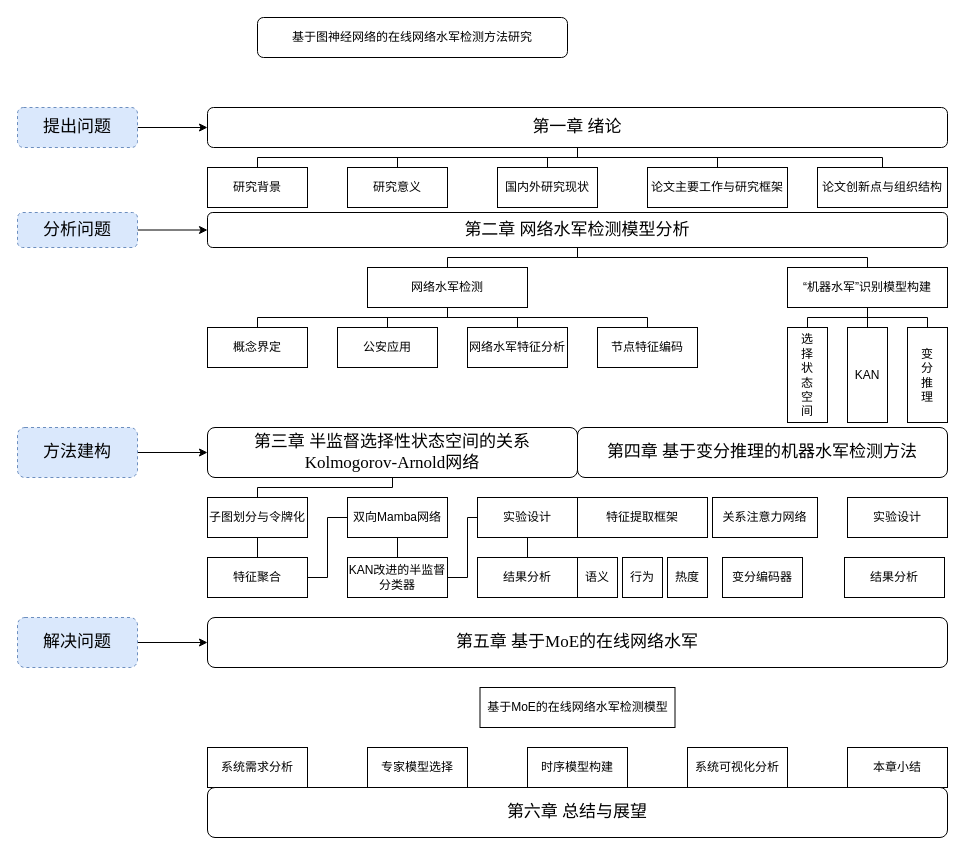
infizhe/wyz keeps this draw.io diagram as 章节结构图.drawio. Above is the earlier version. Source tidied: cells renumbered, new cells numbered last; positions are measured from the earlier drawing's top-left corner, leaving out a move shared by most shapes. Both pictures are drawn from the tidied source at 100%, with x=0, y=0 at pixel (17, 17).
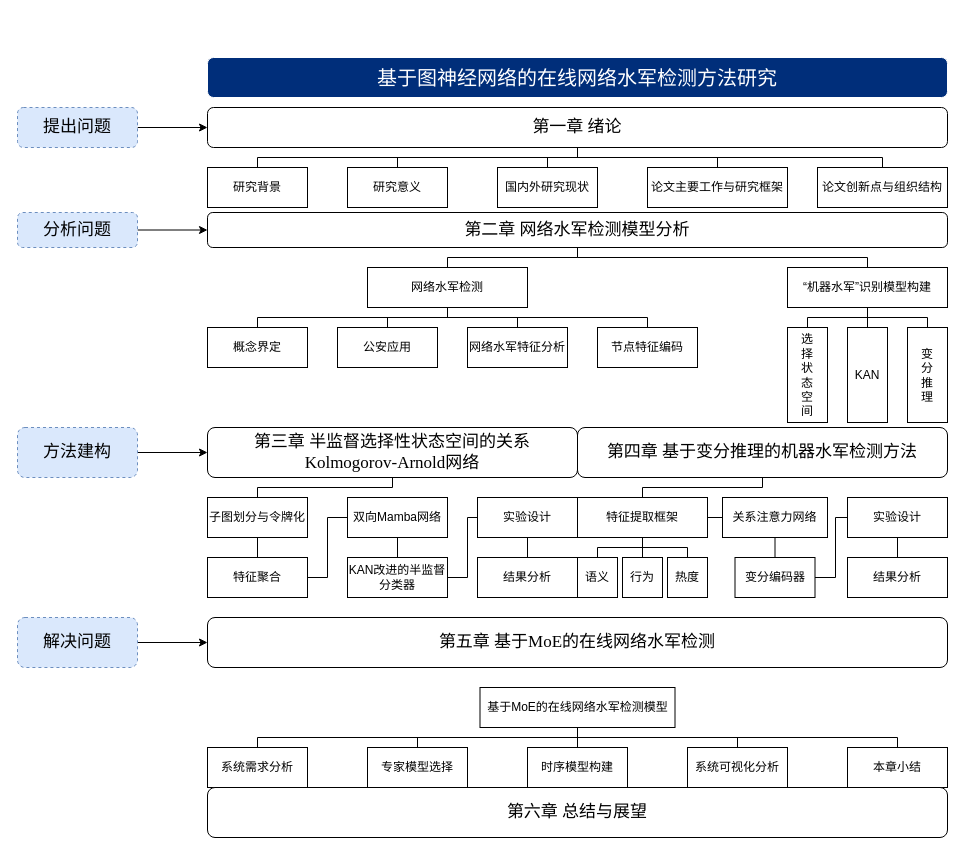
The same diagram, later.

Commit message:
更新章节结构图.drawio

Unchanged cells that the change refers to:
```xml
<mxCell id="44" value="&lt;div style=&quot;text-align: start;&quot;&gt;&lt;span style=&quot;font-family: &amp;quot;Times New Roman&amp;quot;;&quot;&gt;&lt;font style=&quot;font-size: 17px;&quot;&gt;第四章 基于变分推理的机器水军检测方法&lt;/font&gt;&lt;/span&gt;&lt;/div&gt;&lt;span style=&quot;font-family: -webkit-standard; font-size: medium; text-align: start;&quot;&gt;&lt;/span&gt;" style="rounded=1;whiteSpace=wrap;html=1;" parent="1" vertex="1">
  <mxGeometry x="560" y="410" width="370" height="50" as="geometry" />
</mxCell>
<mxCell id="55" value="实验设计" style="rounded=0;whiteSpace=wrap;html=1;" parent="1" vertex="1">
  <mxGeometry x="830" y="480" width="100" height="40" as="geometry" />
</mxCell>
<mxCell id="60" value="特征提取框架" style="rounded=0;whiteSpace=wrap;html=1;" parent="1" vertex="1">
  <mxGeometry x="560" y="480" width="130" height="40" as="geometry" />
</mxCell>
<mxCell id="61" value="语义" style="rounded=0;whiteSpace=wrap;html=1;" parent="1" vertex="1">
  <mxGeometry x="560" y="540" width="40" height="40" as="geometry" />
</mxCell>
<mxCell id="62" value="热度" style="rounded=0;whiteSpace=wrap;html=1;" parent="1" vertex="1">
  <mxGeometry x="650" y="540" width="40" height="40" as="geometry" />
</mxCell>
<mxCell id="63" value="行为" style="rounded=0;whiteSpace=wrap;html=1;" parent="1" vertex="1">
  <mxGeometry x="605" y="540" width="40" height="40" as="geometry" />
</mxCell>
<mxCell id="65" value="基于MoE的在线网络水军检测模型" style="rounded=0;whiteSpace=wrap;html=1;" parent="1" vertex="1">
  <mxGeometry x="462.5" y="670" width="195" height="40" as="geometry" />
</mxCell>
<mxCell id="66" value="专家模型选择" style="rounded=0;whiteSpace=wrap;html=1;" parent="1" vertex="1">
  <mxGeometry x="350" y="730" width="100" height="40" as="geometry" />
</mxCell>
<mxCell id="67" value="系统需求分析" style="rounded=0;whiteSpace=wrap;html=1;" parent="1" vertex="1">
  <mxGeometry x="190" y="730" width="100" height="40" as="geometry" />
</mxCell>
<mxCell id="68" value="时序模型构建" style="rounded=0;whiteSpace=wrap;html=1;" parent="1" vertex="1">
  <mxGeometry x="510" y="730" width="100" height="40" as="geometry" />
</mxCell>
<mxCell id="69" value="系统可视化分析" style="rounded=0;whiteSpace=wrap;html=1;" parent="1" vertex="1">
  <mxGeometry x="670" y="730" width="100" height="40" as="geometry" />
</mxCell>
<mxCell id="70" value="本章小结" style="rounded=0;whiteSpace=wrap;html=1;" parent="1" vertex="1">
  <mxGeometry x="830" y="730" width="100" height="40" as="geometry" />
</mxCell>
```

Change to the diagram source:
```diff
@@
-    <mxCell id="8" value="基于图神经网络的在线网络水军检测方法研究" style="rounded=1;whiteSpace=wrap;html=1;" parent="1" vertex="1">
-      <mxGeometry x="240" width="310" height="40" as="geometry" />
+    <mxCell id="8" value="&lt;font color=&quot;#ffffff&quot; style=&quot;font-size: 20px;&quot; face=&quot;Times New Roman&quot;&gt;基于图神经网络的在线网络水军检测方法研究&lt;/font&gt;" style="rounded=1;whiteSpace=wrap;html=1;fillColor=#002e7a;strokeColor=#ffffff;" parent="1" vertex="1">
+      <mxGeometry x="190" y="40" width="740" height="40" as="geometry" />
     </mxCell>
@@
+    <mxCell id="72" style="edgeStyle=orthogonalEdgeStyle;rounded=0;jettySize=auto;html=1;exitX=0.5;exitY=1;exitDx=0;exitDy=0;entryX=0.5;entryY=0;entryDx=0;entryDy=0;endArrow=none;endFill=0;" parent="1" edge="1" source="44" target="60">
+      <mxGeometry relative="1" as="geometry">
+        <Array as="points">
+          <mxPoint x="745" y="470" />
+          <mxPoint x="625" y="470" />
+        </Array>
+      </mxGeometry>
+    </mxCell>
@@
+    <mxCell id="73" style="edgeStyle=orthogonalEdgeStyle;rounded=0;jettySize=auto;html=1;exitX=0.5;exitY=1;exitDx=0;exitDy=0;entryX=0.5;entryY=0;entryDx=0;entryDy=0;endArrow=none;endFill=0;" parent="1" edge="1" source="53" target="54">
+      <mxGeometry relative="1" as="geometry" />
+    </mxCell>
     <mxCell id="53" value="关系注意力网络" style="rounded=0;whiteSpace=wrap;html=1;" parent="1" vertex="1">
-      <mxGeometry x="695" y="480" width="105" height="40" as="geometry" />
+      <mxGeometry x="705" y="480" width="105" height="40" as="geometry" />
     </mxCell>
+    <mxCell id="74" style="edgeStyle=orthogonalEdgeStyle;rounded=0;jettySize=auto;html=1;exitX=1;exitY=0.5;exitDx=0;exitDy=0;entryX=0;entryY=0.5;entryDx=0;entryDy=0;endArrow=none;endFill=0;" parent="1" edge="1" source="54" target="55">
+      <mxGeometry relative="1" as="geometry">
+        <Array as="points">
+          <mxPoint x="818" y="560" />
+          <mxPoint x="818" y="500" />
+        </Array>
+      </mxGeometry>
+    </mxCell>
     <mxCell id="54" value="变分编码器" style="rounded=0;whiteSpace=wrap;html=1;" parent="1" vertex="1">
-      <mxGeometry x="705" y="540" width="80" height="40" as="geometry" />
+      <mxGeometry x="717.5" y="540" width="80" height="40" as="geometry" />
     </mxCell>
+    <mxCell id="75" style="edgeStyle=orthogonalEdgeStyle;rounded=0;jettySize=auto;html=1;exitX=0.5;exitY=1;exitDx=0;exitDy=0;entryX=0.5;entryY=0;entryDx=0;entryDy=0;endArrow=none;endFill=0;" parent="1" edge="1" source="55" target="64">
+      <mxGeometry relative="1" as="geometry" />
+    </mxCell>
@@
-    <mxCell id="56" value="&lt;font style=&quot;font-size: 17px;&quot; face=&quot;Times New Roman&quot;&gt;第五章 基于MoE的在线网络水军&lt;/font&gt;" style="rounded=1;whiteSpace=wrap;html=1;" parent="1" vertex="1">
+    <mxCell id="56" value="&lt;font style=&quot;font-size: 17px;&quot; face=&quot;Times New Roman&quot;&gt;第五章 基于MoE的在线网络水军检测&lt;/font&gt;" style="rounded=1;whiteSpace=wrap;html=1;" parent="1" vertex="1">
       <mxGeometry x="190" y="600" width="740" height="50" as="geometry" />
     </mxCell>
@@
+    <mxCell id="76" style="edgeStyle=orthogonalEdgeStyle;rounded=0;jettySize=auto;html=1;exitX=0.5;exitY=1;exitDx=0;exitDy=0;entryX=0.5;entryY=0;entryDx=0;entryDy=0;endArrow=none;endFill=0;" parent="1" edge="1" source="60" target="61">
+      <mxGeometry relative="1" as="geometry">
+        <Array as="points">
+          <mxPoint x="625" y="530" />
+          <mxPoint x="580" y="530" />
+        </Array>
+      </mxGeometry>
+    </mxCell>
+    <mxCell id="77" style="edgeStyle=orthogonalEdgeStyle;rounded=0;jettySize=auto;html=1;exitX=0.5;exitY=1;exitDx=0;exitDy=0;entryX=0.5;entryY=0;entryDx=0;entryDy=0;endArrow=none;endFill=0;" parent="1" edge="1" source="60" target="63">
+      <mxGeometry relative="1" as="geometry" />
+    </mxCell>
+    <mxCell id="78" style="edgeStyle=orthogonalEdgeStyle;rounded=0;jettySize=auto;html=1;exitX=0.5;exitY=1;exitDx=0;exitDy=0;entryX=0.5;entryY=0;entryDx=0;entryDy=0;endArrow=none;endFill=0;" parent="1" edge="1" source="60" target="62">
+      <mxGeometry relative="1" as="geometry">
+        <Array as="points">
+          <mxPoint x="625" y="530" />
+          <mxPoint x="670" y="530" />
+        </Array>
+      </mxGeometry>
+    </mxCell>
+    <mxCell id="79" style="edgeStyle=orthogonalEdgeStyle;rounded=0;jettySize=auto;html=1;exitX=1;exitY=0.5;exitDx=0;exitDy=0;entryX=0;entryY=0.5;entryDx=0;entryDy=0;endArrow=none;endFill=0;" parent="1" edge="1" source="60" target="53">
+      <mxGeometry relative="1" as="geometry" />
+    </mxCell>
@@
     <mxCell id="64" value="结果分析" style="rounded=0;whiteSpace=wrap;html=1;" parent="1" vertex="1">
-      <mxGeometry x="827" y="540" width="100" height="40" as="geometry" />
+      <mxGeometry x="830" y="540" width="100" height="40" as="geometry" />
     </mxCell>
+    <mxCell id="80" style="edgeStyle=orthogonalEdgeStyle;rounded=0;jettySize=auto;html=1;exitX=0.5;exitY=1;exitDx=0;exitDy=0;entryX=0.5;entryY=0;entryDx=0;entryDy=0;endArrow=none;endFill=0;" parent="1" edge="1" source="65" target="68">
+      <mxGeometry relative="1" as="geometry" />
+    </mxCell>
@@
+    <mxCell id="81" style="edgeStyle=orthogonalEdgeStyle;rounded=0;jettySize=auto;html=1;exitX=0.5;exitY=0;exitDx=0;exitDy=0;entryX=0.5;entryY=0;entryDx=0;entryDy=0;endArrow=none;endFill=0;" parent="1" edge="1" source="66" target="69">
+      <mxGeometry relative="1" as="geometry">
+        <Array as="points">
+          <mxPoint x="400" y="720" />
+          <mxPoint x="720" y="720" />
+        </Array>
+      </mxGeometry>
+    </mxCell>
@@
+    <mxCell id="82" style="edgeStyle=orthogonalEdgeStyle;rounded=0;jettySize=auto;html=1;exitX=0.5;exitY=0;exitDx=0;exitDy=0;entryX=0.5;entryY=0;entryDx=0;entryDy=0;endArrow=none;endFill=0;" parent="1" edge="1" source="67" target="70">
+      <mxGeometry relative="1" as="geometry">
+        <Array as="points">
+          <mxPoint x="240" y="720" />
+          <mxPoint x="880" y="720" />
+        </Array>
+      </mxGeometry>
+    </mxCell>
```
